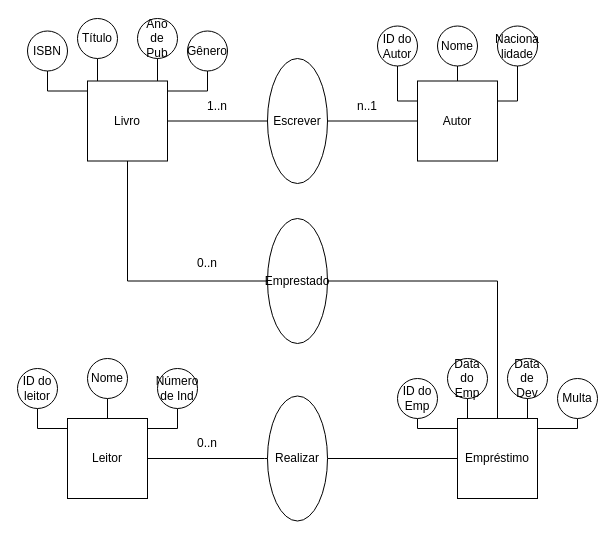
The draw.io diagram Atividade sobre ER Biblioteca.drawio in Aliel101/Aliel101-Atividades, before the edit. Source tidied: cells renumbered, new cells numbered last; positions are measured from the earlier drawing's top-left corner, leaving out a move shared by most shapes. Both pictures are drawn from the tidied source at 100%, with x=0, y=0 at pixel (17, 18).
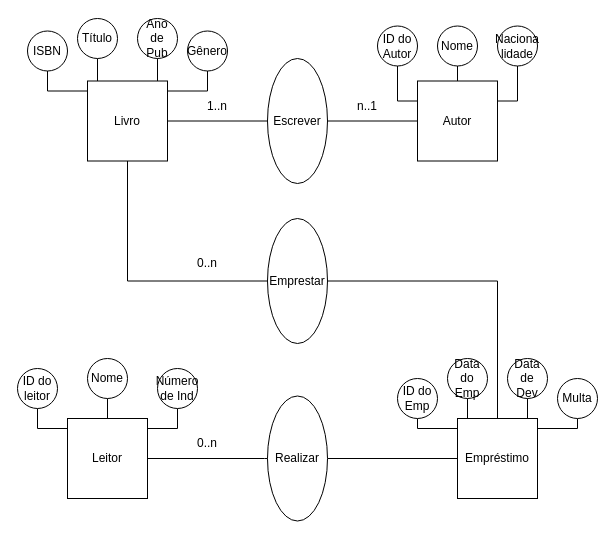
The same diagram, later.

Diff of the diagram source:
```diff
@@
-    <mxCell id="45" value="Emprestado" style="ellipse;whiteSpace=wrap;html=1;" parent="1" vertex="1">
+    <mxCell id="45" value="Emprestar" style="ellipse;whiteSpace=wrap;html=1;" parent="1" vertex="1">
       <mxGeometry x="250" y="200" width="60" height="125" as="geometry" />
     </mxCell>
```
